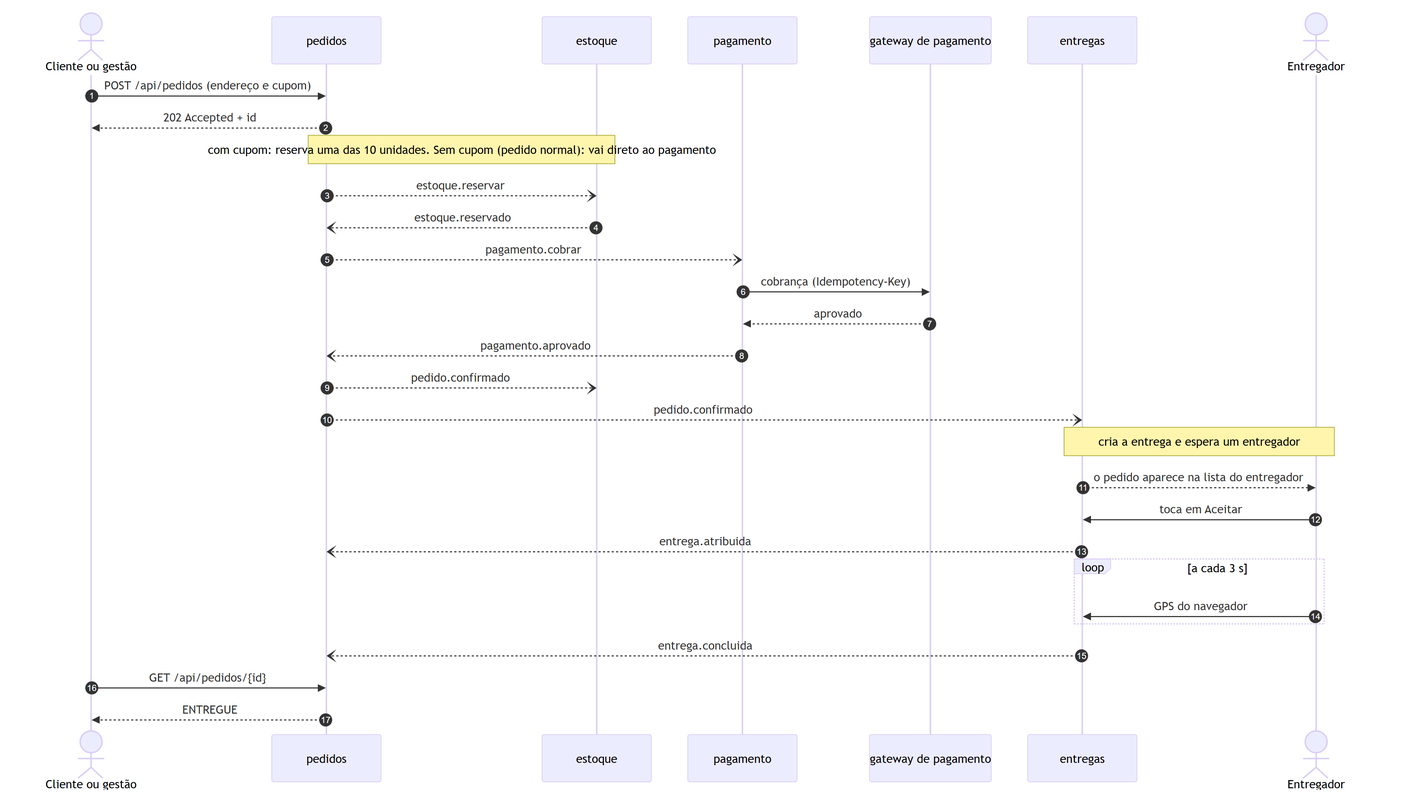
This is docs/arquitetura/saga.png from yurirrabelo/5bitsdelivery, a Mermaid export, as it was before one commit. Its source is kept beside it as docs/arquitetura/saga.mmd.
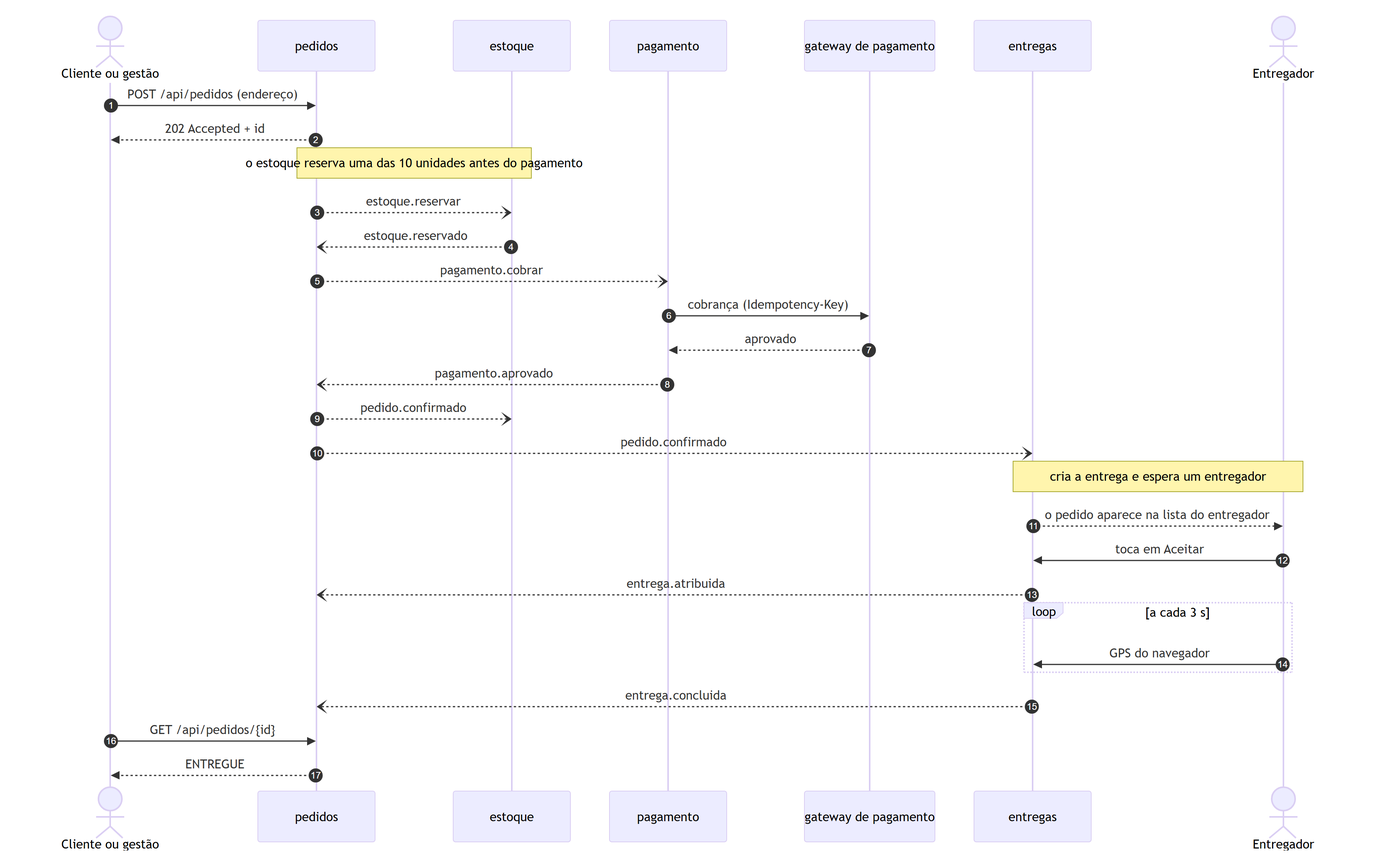
Above is the later version.

Diff of the diagram source:
```diff
@@ -7,9 +7,9 @@
     participant GW as gateway de pagamento
     participant ENT as entregas
     actor M as Entregador
-    C->>P: POST /api/pedidos (endereço e cupom)
+    C->>P: POST /api/pedidos (endereço)
     P-->>C: 202 Accepted + id
-    Note over P,E: com cupom: reserva uma das 10 unidades. Sem cupom (pedido normal): vai direto ao pagamento
+    Note over P,E: o estoque reserva uma das 10 unidades antes do pagamento
     P--)E: estoque.reservar
     E--)P: estoque.reservado
     P--)PG: pagamento.cobrar
```
